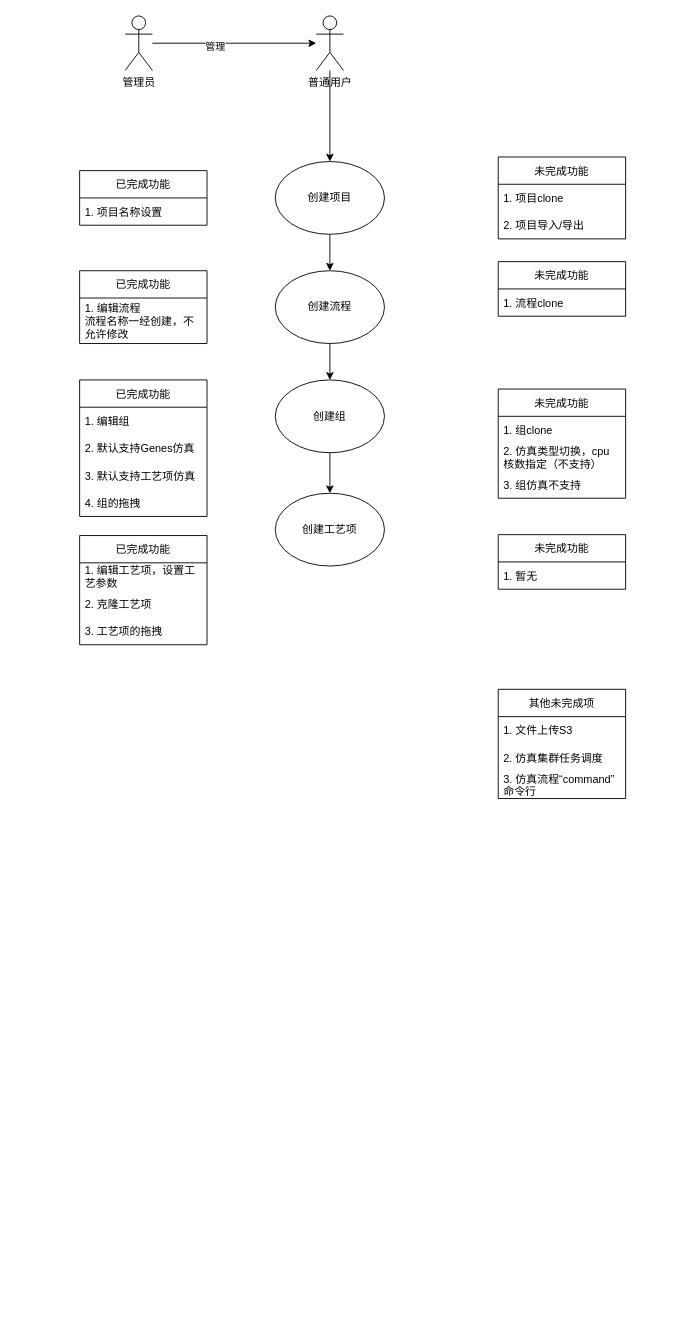
The draw.io diagram doc/Untitled Diagram.drawio in yezhen701/webservice-demo, before the edit. Source tidied: cells renumbered, new cells numbered last; positions are measured from the earlier drawing's top-left corner, leaving out a move shared by most shapes. Both pictures are drawn from the tidied source at 91%, with x=0, y=0 at pixel (79, 15).
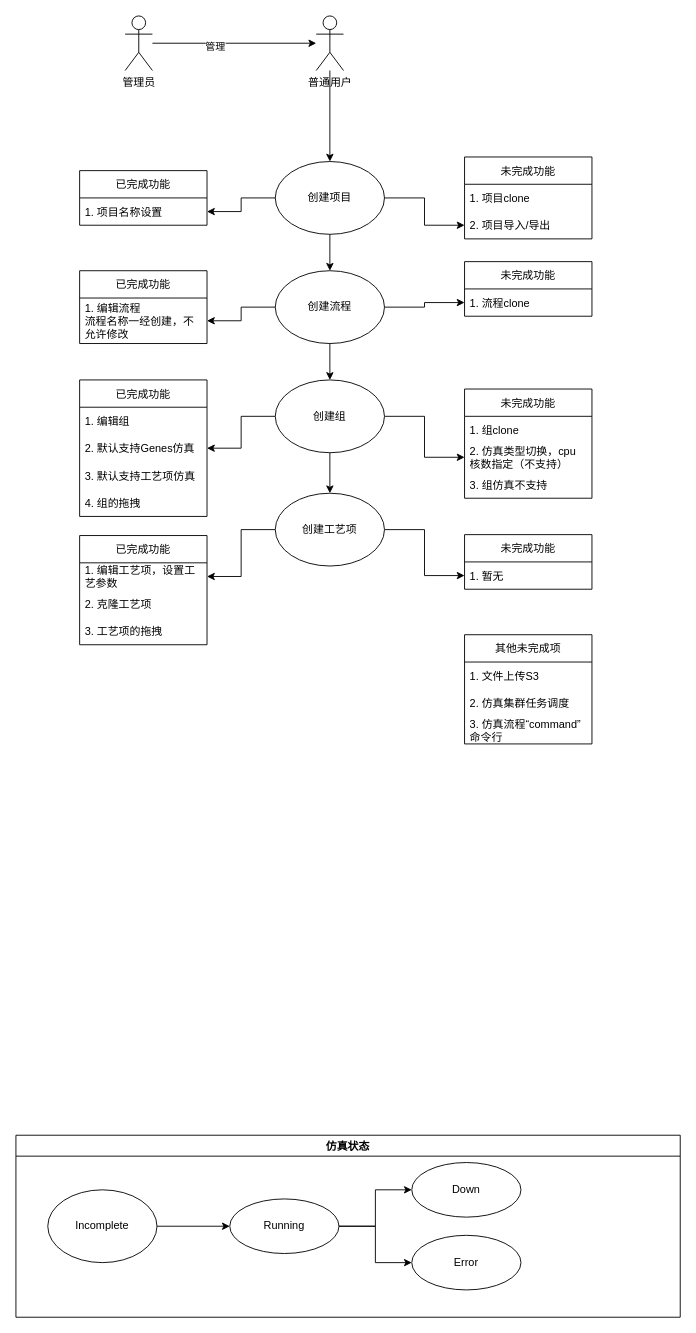
Above is the later version.

The change refers to these unchanged cells:
```xml
<mxCell id="3" value="创建项目" style="ellipse;whiteSpace=wrap;html=1;" parent="1" vertex="1">
  <mxGeometry x="215" y="160" width="120" height="80" as="geometry" />
</mxCell>
<mxCell id="5" value="创建组" style="ellipse;whiteSpace=wrap;html=1;" parent="1" vertex="1">
  <mxGeometry x="215" y="400" width="120" height="80" as="geometry" />
</mxCell>
<mxCell id="7" value="创建流程" style="ellipse;whiteSpace=wrap;html=1;" parent="1" vertex="1">
  <mxGeometry x="215" y="280" width="120" height="80" as="geometry" />
</mxCell>
<mxCell id="8" value="创建工艺项" style="ellipse;whiteSpace=wrap;html=1;" parent="1" vertex="1">
  <mxGeometry x="215" y="524.5" width="120" height="80" as="geometry" />
</mxCell>
<mxCell id="15" value="1. 项目名称设置" style="text;strokeColor=none;fillColor=none;align=left;verticalAlign=middle;spacingLeft=4;spacingRight=4;overflow=hidden;points=[[0,0.5],[1,0.5]];portConstraint=eastwest;" parent="14" vertex="1">
  <mxGeometry y="30" width="140" height="30" as="geometry" />
</mxCell>
<mxCell id="18" value="2. 项目导入/导出" style="text;strokeColor=none;fillColor=none;align=left;verticalAlign=middle;spacingLeft=4;spacingRight=4;overflow=hidden;points=[[0,0.5],[1,0.5]];portConstraint=eastwest;" parent="16" vertex="1">
  <mxGeometry y="60" width="140" height="30" as="geometry" />
</mxCell>
<mxCell id="20" value="1. 编辑流程&#10;流程名称一经创建，不&#10;允许修改" style="text;strokeColor=none;fillColor=none;align=left;verticalAlign=middle;spacingLeft=4;spacingRight=4;overflow=hidden;points=[[0,0.5],[1,0.5]];portConstraint=eastwest;" parent="19" vertex="1">
  <mxGeometry y="30" width="140" height="50" as="geometry" />
</mxCell>
<mxCell id="22" value="1. 流程clone" style="text;strokeColor=none;fillColor=none;align=left;verticalAlign=middle;spacingLeft=4;spacingRight=4;overflow=hidden;points=[[0,0.5],[1,0.5]];portConstraint=eastwest;" parent="21" vertex="1">
  <mxGeometry y="30" width="140" height="30" as="geometry" />
</mxCell>
<mxCell id="25" value="2. 默认支持Genes仿真" style="text;strokeColor=none;fillColor=none;align=left;verticalAlign=middle;spacingLeft=4;spacingRight=4;overflow=hidden;points=[[0,0.5],[1,0.5]];portConstraint=eastwest;" parent="23" vertex="1">
  <mxGeometry y="60" width="140" height="30" as="geometry" />
</mxCell>
<mxCell id="30" value="2. 仿真类型切换，cpu&#10;核数指定（不支持）" style="text;strokeColor=none;fillColor=none;align=left;verticalAlign=middle;spacingLeft=4;spacingRight=4;overflow=hidden;points=[[0,0.5],[1,0.5]];portConstraint=eastwest;" parent="28" vertex="1">
  <mxGeometry y="60" width="140" height="30" as="geometry" />
</mxCell>
<mxCell id="33" value="1. 编辑工艺项，设置工&#10;艺参数" style="text;strokeColor=none;fillColor=none;align=left;verticalAlign=middle;spacingLeft=4;spacingRight=4;overflow=hidden;points=[[0,0.5],[1,0.5]];portConstraint=eastwest;" parent="32" vertex="1">
  <mxGeometry y="30" width="140" height="30" as="geometry" />
</mxCell>
<mxCell id="37" value="1. 暂无" style="text;strokeColor=none;fillColor=none;align=left;verticalAlign=middle;spacingLeft=4;spacingRight=4;overflow=hidden;points=[[0,0.5],[1,0.5]];portConstraint=eastwest;" parent="36" vertex="1">
  <mxGeometry y="30" width="140" height="30" as="geometry" />
</mxCell>
```

Diff of the diagram source:
```diff
@@
+    <mxCell id="42" style="edgeStyle=orthogonalEdgeStyle;rounded=0;jettySize=auto;html=1;" parent="1" edge="1" source="3" target="15">
+      <mxGeometry relative="1" as="geometry" />
+    </mxCell>
+    <mxCell id="43" style="edgeStyle=orthogonalEdgeStyle;rounded=0;jettySize=auto;html=1;" parent="1" edge="1" source="3" target="18">
+      <mxGeometry relative="1" as="geometry" />
+    </mxCell>
@@
+    <mxCell id="44" style="edgeStyle=orthogonalEdgeStyle;rounded=0;jettySize=auto;html=1;" parent="1" edge="1" source="5" target="30">
+      <mxGeometry relative="1" as="geometry" />
+    </mxCell>
+    <mxCell id="45" style="edgeStyle=orthogonalEdgeStyle;rounded=0;jettySize=auto;html=1;" parent="1" edge="1" source="5" target="25">
+      <mxGeometry relative="1" as="geometry" />
+    </mxCell>
@@
+    <mxCell id="46" style="edgeStyle=orthogonalEdgeStyle;rounded=0;jettySize=auto;html=1;" parent="1" edge="1" source="7" target="20">
+      <mxGeometry relative="1" as="geometry" />
+    </mxCell>
+    <mxCell id="47" style="edgeStyle=orthogonalEdgeStyle;rounded=0;jettySize=auto;html=1;" parent="1" edge="1" source="7" target="22">
+      <mxGeometry relative="1" as="geometry" />
+    </mxCell>
@@
+    <mxCell id="48" style="edgeStyle=orthogonalEdgeStyle;rounded=0;jettySize=auto;html=1;" parent="1" edge="1" source="8" target="37">
+      <mxGeometry relative="1" as="geometry" />
+    </mxCell>
+    <mxCell id="49" style="edgeStyle=orthogonalEdgeStyle;rounded=0;jettySize=auto;html=1;" parent="1" edge="1" source="8" target="33">
+      <mxGeometry relative="1" as="geometry" />
+    </mxCell>
@@
     <mxCell id="16" value="未完成功能" style="swimlane;fontStyle=0;horizontal=1;startSize=30;" parent="1" vertex="1">
-      <mxGeometry x="460" y="155" width="140" height="90" as="geometry" />
+      <mxGeometry x="423" y="155" width="140" height="90" as="geometry" />
     </mxCell>
@@
     <mxCell id="21" value="未完成功能" style="swimlane;fontStyle=0;horizontal=1;startSize=30;" parent="1" vertex="1">
-      <mxGeometry x="460" y="270" width="140" height="60" as="geometry" />
+      <mxGeometry x="423" y="270" width="140" height="60" as="geometry" />
     </mxCell>
@@
     <mxCell id="28" value="未完成功能" style="swimlane;fontStyle=0;horizontal=1;startSize=30;" parent="1" vertex="1">
-      <mxGeometry x="460" y="410" width="140" height="120" as="geometry" />
+      <mxGeometry x="423" y="410" width="140" height="120" as="geometry" />
     </mxCell>
@@
     <mxCell id="36" value="未完成功能" style="swimlane;fontStyle=0;horizontal=1;startSize=30;" parent="1" vertex="1">
-      <mxGeometry x="460" y="570" width="140" height="60" as="geometry" />
+      <mxGeometry x="423" y="570" width="140" height="60" as="geometry" />
     </mxCell>
@@
     <mxCell id="38" value="其他未完成项" style="swimlane;fontStyle=0;horizontal=1;startSize=30;" parent="1" vertex="1">
-      <mxGeometry x="460" y="740" width="140" height="120" as="geometry" />
+      <mxGeometry x="423" y="680" width="140" height="120" as="geometry" />
     </mxCell>
@@
+    <mxCell id="50" value="仿真状态" style="swimlane;" parent="1" vertex="1">
+      <mxGeometry x="-70" y="1230" width="730" height="200" as="geometry" />
+    </mxCell>
+    <mxCell id="51" style="edgeStyle=orthogonalEdgeStyle;rounded=0;jettySize=auto;html=1;" parent="50" edge="1" source="52" target="54">
+      <mxGeometry relative="1" as="geometry" />
+    </mxCell>
+    <mxCell id="52" value="Incomplete" style="ellipse;whiteSpace=wrap;html=1;" parent="50" vertex="1">
+      <mxGeometry x="35" y="60" width="120" height="80" as="geometry" />
+    </mxCell>
+    <mxCell id="53" style="edgeStyle=orthogonalEdgeStyle;rounded=0;jettySize=auto;html=1;" parent="50" edge="1" source="54" target="55">
+      <mxGeometry relative="1" as="geometry" />
+    </mxCell>
+    <mxCell id="54" value="Running" style="ellipse;whiteSpace=wrap;html=1;" parent="50" vertex="1">
+      <mxGeometry x="235" y="70" width="120" height="60" as="geometry" />
+    </mxCell>
+    <mxCell id="55" value="Error" style="ellipse;whiteSpace=wrap;html=1;" parent="50" vertex="1">
+      <mxGeometry x="435" y="110" width="120" height="60" as="geometry" />
+    </mxCell>
+    <mxCell id="56" value="Down" style="ellipse;whiteSpace=wrap;html=1;" parent="50" vertex="1">
+      <mxGeometry x="435" y="30" width="120" height="60" as="geometry" />
+    </mxCell>
+    <mxCell id="57" style="edgeStyle=orthogonalEdgeStyle;rounded=0;jettySize=auto;html=1;" parent="50" edge="1" source="54" target="56">
+      <mxGeometry relative="1" as="geometry" />
+    </mxCell>
```
